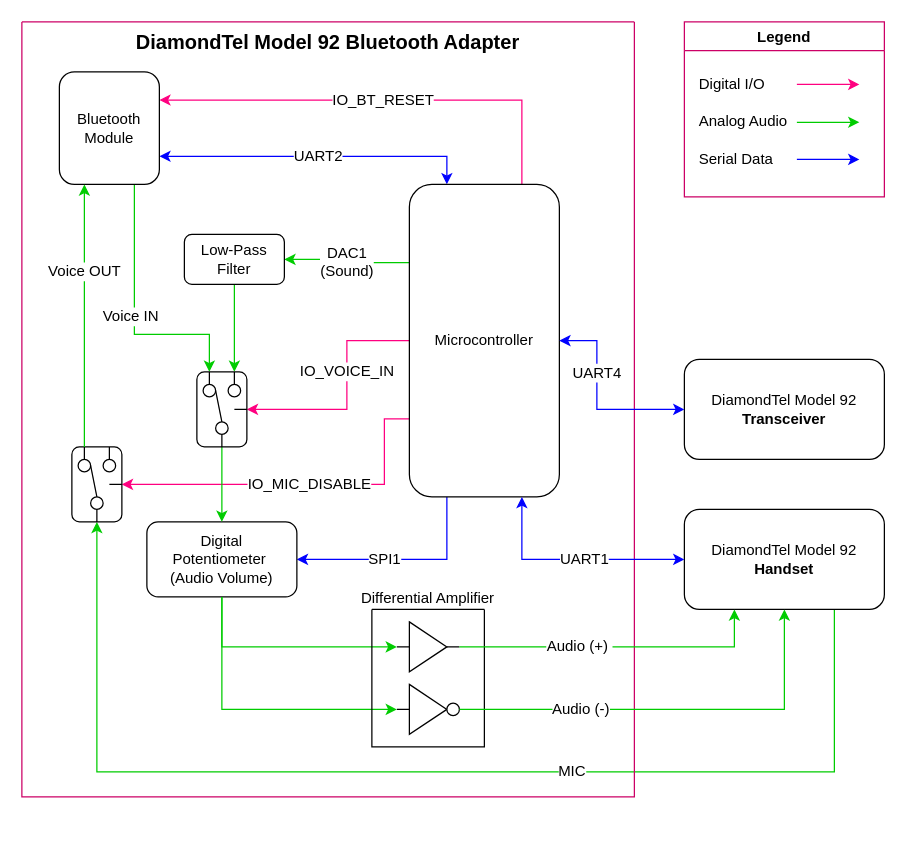
UselessPickles/diamondtel-m92-bluetooth keeps this draw.io diagram as drawio/circuit_component_diagram.drawio. Above is the earlier version. Source tidied: cells renumbered, new cells numbered last; positions are measured from the earlier drawing's top-left corner, leaving out a move shared by most shapes. Both pictures are drawn from the tidied source at 125%, with x=0, y=0 at pixel (21, 21).
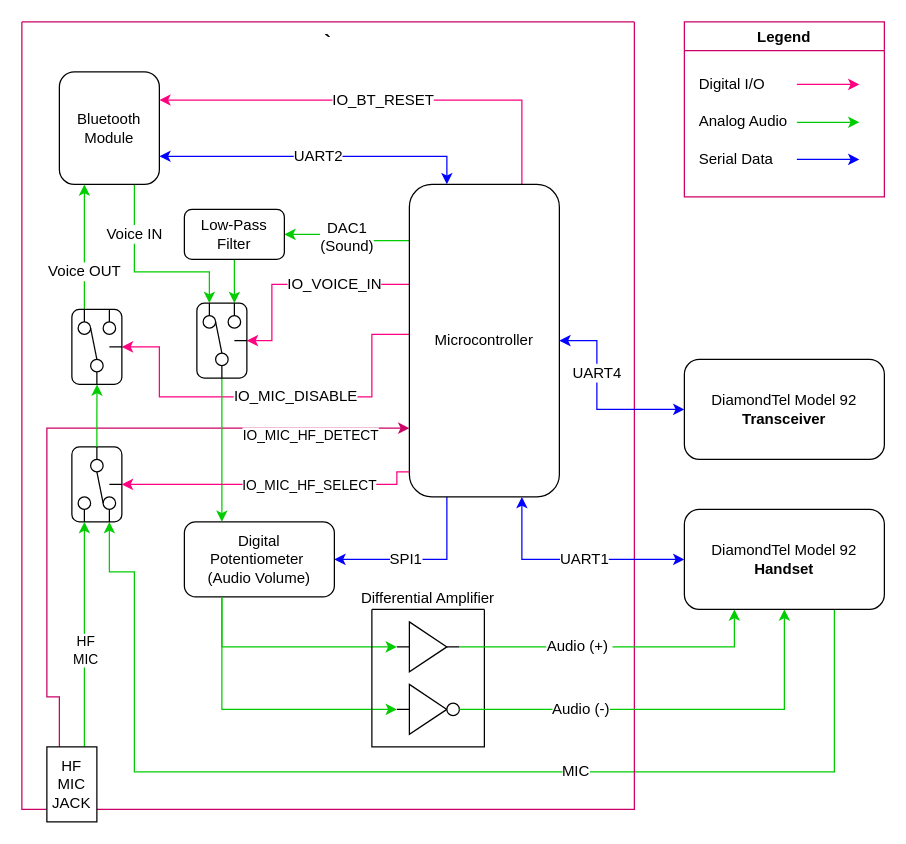
The same page after the edit.

Commit message (it also covers changes not shown here):
Add MIC jack and MIC detection/switching to circuit component diagram and documentation

The change refers to these unchanged cells:
```xml
<mxCell id="3" value="DiamondTel Model 92&lt;br&gt;&lt;b&gt;Handset&lt;/b&gt;" style="rounded=1;whiteSpace=wrap;html=1;" parent="1" vertex="1">
  <mxGeometry x="530" y="390" width="160" height="80" as="geometry" />
</mxCell>
<mxCell id="13" value="Bluetooth&lt;br&gt;Module" style="rounded=1;whiteSpace=wrap;html=1;" parent="4" vertex="1">
  <mxGeometry x="30" y="40" width="80" height="90" as="geometry" />
</mxCell>
<mxCell id="19" style="rounded=1;whiteSpace=wrap;html=1;points=[[0.25,0,0,0,0],[0.5,1,0,0,0],[0.75,0,0,0,0],[1,0.5,0,0,0]];" parent="18" vertex="1">
  <mxGeometry width="40" height="60" as="geometry" />
</mxCell>
<mxCell id="29" style="rounded=1;whiteSpace=wrap;html=1;points=[[0.25,0,0,0,0],[0.5,1,0,0,0],[0.75,0,0,0,0],[1,0.5,0,0,0]];" parent="28" vertex="1">
  <mxGeometry width="40" height="60" as="geometry" />
</mxCell>
```

What changed in the source:
```diff
@@
-    <mxCell id="2" value="MIC" style="edgeStyle=orthogonalEdgeStyle;rounded=0;jettySize=auto;html=1;strokeColor=#00CC00;entryX=0.5;entryY=1;entryDx=0;entryDy=0;entryPerimeter=0;fontSize=12;exitX=0.75;exitY=1;exitDx=0;exitDy=0;" parent="1" edge="1" source="3" target="29">
+    <mxCell id="2" value="MIC" style="edgeStyle=orthogonalEdgeStyle;rounded=0;jettySize=auto;html=1;strokeColor=#00CC00;fontSize=12;exitX=0.75;exitY=1;exitDx=0;exitDy=0;entryX=0.75;entryY=1;entryDx=0;entryDy=0;entryPerimeter=0;" parent="1" edge="1" source="3" target="57">
       <mxGeometry x="-0.26" relative="1" as="geometry">
         <Array as="points">
           <mxPoint x="650" y="600" />
-          <mxPoint x="60" y="600" />
+          <mxPoint x="90" y="600" />
+          <mxPoint x="90" y="440" />
+          <mxPoint x="70" y="440" />
         </Array>
       </mxGeometry>
     </mxCell>
@@
-    <mxCell id="4" value="DiamondTel Model 92 Bluetooth Adapter" style="swimlane;startSize=0;verticalAlign=top;fontSize=16;strokeColor=#CC0066;" parent="1" vertex="1">
-      <mxGeometry width="490" height="620" as="geometry" />
+    <mxCell id="4" value="`" style="swimlane;startSize=0;verticalAlign=top;fontSize=16;strokeColor=#CC0066;" parent="1" vertex="1">
+      <mxGeometry width="490" height="630" as="geometry" />
     </mxCell>
-    <mxCell id="5" value="DAC1&lt;br&gt;(Sound)" style="edgeStyle=orthogonalEdgeStyle;rounded=0;jettySize=auto;html=1;strokeColor=#00CC00;entryX=1;entryY=0.5;entryDx=0;entryDy=0;exitX=0;exitY=0.25;exitDx=0;exitDy=0;fontSize=12;" parent="4" edge="1" source="11" target="16">
+    <mxCell id="5" value="DAC1&lt;br&gt;(Sound)" style="edgeStyle=orthogonalEdgeStyle;rounded=0;jettySize=auto;html=1;strokeColor=#00CC00;entryX=1;entryY=0.5;entryDx=0;entryDy=0;exitX=0;exitY=0.18;exitDx=0;exitDy=0;fontSize=12;exitPerimeter=0;" parent="4" edge="1" source="11" target="16">
       <mxGeometry relative="1" as="geometry" />
     </mxCell>
-    <mxCell id="6" value="IO_MIC_DISABLE" style="edgeStyle=orthogonalEdgeStyle;rounded=0;jettySize=auto;html=1;exitX=0;exitY=0.75;exitDx=0;exitDy=0;entryX=1;entryY=0.5;entryDx=0;entryDy=0;entryPerimeter=0;strokeColor=#FF0080;fontSize=12;" parent="4" edge="1" source="11" target="29">
-      <mxGeometry x="-0.06" relative="1" as="geometry">
+    <mxCell id="6" value="IO_MIC_DISABLE" style="edgeStyle=orthogonalEdgeStyle;rounded=0;jettySize=auto;html=1;exitX=0;exitY=0.48;exitDx=0;exitDy=0;entryX=1;entryY=0.5;entryDx=0;entryDy=0;entryPerimeter=0;strokeColor=#FF0080;fontSize=12;exitPerimeter=0;" parent="4" edge="1" source="11" target="29">
+      <mxGeometry x="-0.12" relative="1" as="geometry">
         <Array as="points">
-          <mxPoint x="290" y="317" />
-          <mxPoint x="290" y="370" />
+          <mxPoint x="280" y="250" />
+          <mxPoint x="280" y="300" />
+          <mxPoint x="110" y="300" />
+          <mxPoint x="110" y="260" />
         </Array>
       </mxGeometry>
     </mxCell>
-    <mxCell id="7" value="IO_VOICE_IN" style="edgeStyle=orthogonalEdgeStyle;rounded=0;jettySize=auto;html=1;exitX=0;exitY=0.5;exitDx=0;exitDy=0;entryX=1;entryY=0.5;entryDx=0;entryDy=0;entryPerimeter=0;strokeColor=#FF0080;fontSize=12;" parent="4" edge="1" source="11" target="19">
-      <mxGeometry x="-0.19" relative="1" as="geometry">
+    <mxCell id="7" value="IO_VOICE_IN" style="edgeStyle=orthogonalEdgeStyle;rounded=0;jettySize=auto;html=1;exitX=0;exitY=0.32;exitDx=0;exitDy=0;entryX=1;entryY=0.5;entryDx=0;entryDy=0;entryPerimeter=0;strokeColor=#FF0080;fontSize=12;exitPerimeter=0;" parent="4" edge="1" source="11" target="19">
+      <mxGeometry x="-0.31" relative="1" as="geometry">
         <Array as="points">
-          <mxPoint x="260" y="255" />
-          <mxPoint x="260" y="310" />
+          <mxPoint x="200" y="210" />
+          <mxPoint x="200" y="255" />
         </Array>
       </mxGeometry>
     </mxCell>
@@
+    <mxCell id="54" style="edgeStyle=orthogonalEdgeStyle;rounded=0;jettySize=auto;html=1;exitX=0.25;exitY=0;exitDx=0;exitDy=0;entryX=0;entryY=0.78;entryDx=0;entryDy=0;strokeColor=#CC0066;entryPerimeter=0;" parent="4" edge="1" source="68" target="11">
+      <mxGeometry relative="1" as="geometry">
+        <Array as="points">
+          <mxPoint x="30" y="540" />
+          <mxPoint x="20" y="540" />
+          <mxPoint x="20" y="325" />
+        </Array>
+      </mxGeometry>
+    </mxCell>
+    <mxCell id="55" value="IO_MIC_HF_DETECT" style="edgeLabel;html=1;align=center;verticalAlign=middle;" parent="54" vertex="1">
+      <mxGeometry x="-0.71" y="-1" relative="1" as="geometry">
+        <mxPoint x="209" y="-180" as="offset" />
+      </mxGeometry>
+    </mxCell>
-    <mxCell id="11" value="Microcontroller" style="rounded=1;whiteSpace=wrap;html=1;" parent="4" vertex="1">
+    <mxCell id="11" value="Microcontroller" style="rounded=1;whiteSpace=wrap;html=1;points=[[0,0,0,0,0],[0,0.18,0,0,0],[0,0.32,0,0,0],[0,0.48,0,0,0],[0,0.64,0,0,0],[0,0.78,0,0,0],[0,0.92,0,0,0],[0.25,0,0,0,0],[0.25,1,0,0,0],[0.5,0,0,0,0],[0.5,1,0,0,0],[0.75,0,0,0,0],[0.75,1,0,0,0],[1,0,0,0,0],[1,0.25,0,0,0],[1,0.5,0,0,0],[1,0.75,0,0,0],[1,1,0,0,0]];" parent="4" vertex="1">
       <mxGeometry x="310" y="130" width="120" height="250" as="geometry" />
     </mxCell>
     <mxCell id="12" value="Voice IN" style="edgeStyle=orthogonalEdgeStyle;rounded=0;jettySize=auto;html=1;strokeColor=#00CC00;entryX=0.25;entryY=0;entryDx=0;entryDy=0;entryPerimeter=0;exitX=0.75;exitY=1;exitDx=0;exitDy=0;fontSize=12;" parent="4" edge="1" source="13" target="19">
-      <mxGeometry x="0.01" y="-3" relative="1" as="geometry">
+      <mxGeometry x="-0.48" relative="1" as="geometry">
         <Array as="points">
-          <mxPoint x="90" y="250" />
-          <mxPoint x="150" y="250" />
+          <mxPoint x="90" y="200" />
+          <mxPoint x="150" y="200" />
         </Array>
       </mxGeometry>
     </mxCell>
@@
     <mxCell id="14" value="Digital&lt;br&gt;Potentiometer&amp;nbsp;&lt;br&gt;(Audio Volume)" style="rounded=1;whiteSpace=wrap;html=1;" parent="4" vertex="1">
-      <mxGeometry x="100" y="400" width="120" height="60" as="geometry" />
+      <mxGeometry x="130" y="400" width="120" height="60" as="geometry" />
     </mxCell>
@@
     <mxCell id="16" value="Low-Pass&lt;br&gt;Filter" style="rounded=1;whiteSpace=wrap;html=1;" parent="4" vertex="1">
-      <mxGeometry x="130" y="170" width="80" height="40" as="geometry" />
+      <mxGeometry x="130" y="150" width="80" height="40" as="geometry" />
     </mxCell>
-    <mxCell id="17" style="edgeStyle=orthogonalEdgeStyle;rounded=0;jettySize=auto;html=1;entryX=0.5;entryY=0;entryDx=0;entryDy=0;strokeColor=#00CC00;exitX=0.5;exitY=1;exitDx=0;exitDy=0;exitPerimeter=0;" parent="4" edge="1" source="19" target="14">
+    <mxCell id="17" style="edgeStyle=orthogonalEdgeStyle;rounded=0;jettySize=auto;html=1;entryX=0.25;entryY=0;entryDx=0;entryDy=0;strokeColor=#00CC00;exitX=0.5;exitY=1;exitDx=0;exitDy=0;exitPerimeter=0;" parent="4" edge="1" source="19" target="14">
       <mxGeometry relative="1" as="geometry" />
     </mxCell>
     <mxCell id="18" style="group;" parent="4" vertex="1">
-      <mxGeometry x="140" y="280" width="40" height="60" as="geometry" />
+      <mxGeometry x="140" y="225" width="40" height="60" as="geometry" />
     </mxCell>
@@
+    <mxCell id="38" value="Voice OUT" style="edgeStyle=orthogonalEdgeStyle;rounded=0;jettySize=auto;html=1;exitX=0.25;exitY=0;exitDx=0;exitDy=0;exitPerimeter=0;entryX=0.25;entryY=1;entryDx=0;entryDy=0;strokeColor=#00CC00;fontSize=12;startArrow=none;startFill=0;" parent="4" edge="1" source="29" target="13">
+      <mxGeometry x="-0.4" relative="1" as="geometry">
+        <Array as="points">
+          <mxPoint x="50" y="180" />
+          <mxPoint x="50" y="180" />
+        </Array>
+      </mxGeometry>
+    </mxCell>
+    <mxCell id="39" style="edgeStyle=segmentEdgeStyle;endArrow=classic;html=1;rounded=0;strokeColor=#00CC00;fillColor=#0000FF;entryX=0;entryY=0.5;entryDx=0;entryDy=0;" parent="4" edge="1" target="42">
+      <mxGeometry relative="1" as="geometry">
+        <mxPoint x="160" y="460" as="sourcePoint" />
+        <Array as="points">
+          <mxPoint x="160" y="460" />
+          <mxPoint x="160" y="500" />
+        </Array>
+      </mxGeometry>
+    </mxCell>
+    <mxCell id="40" style="edgeStyle=segmentEdgeStyle;endArrow=classic;html=1;rounded=0;strokeColor=#00CC00;fillColor=#0000FF;entryX=0;entryY=0.5;entryDx=0;entryDy=0;exitX=0.25;exitY=1;exitDx=0;exitDy=0;" parent="4" edge="1" source="14" target="43">
+      <mxGeometry relative="1" as="geometry">
+        <Array as="points">
+          <mxPoint x="160" y="550" />
+        </Array>
+      </mxGeometry>
+    </mxCell>
+    <mxCell id="41" value="Differential Amplifier" style="swimlane;startSize=0;verticalAlign=bottom;fontStyle=0;" parent="4" vertex="1">
+      <mxGeometry x="280" y="470" width="90" height="110" as="geometry" />
+    </mxCell>
+    <mxCell id="42" style="verticalLabelPosition=bottom;shadow=0;dashed=0;align=center;html=1;verticalAlign=top;shape=mxgraph.electrical.logic_gates.buffer2;strokeColor=#000000;" parent="41" vertex="1">
+      <mxGeometry x="20" y="10" width="50" height="40" as="geometry" />
+    </mxCell>
+    <mxCell id="43" style="verticalLabelPosition=bottom;shadow=0;dashed=0;align=center;html=1;verticalAlign=top;shape=mxgraph.electrical.logic_gates.buffer2;strokeColor=#000000;" parent="41" vertex="1">
+      <mxGeometry x="20" y="60" width="50" height="40" as="geometry" />
+    </mxCell>
+    <mxCell id="44" style="ellipse;whiteSpace=wrap;html=1;strokeColor=#000000;" parent="41" vertex="1">
+      <mxGeometry x="60" y="75" width="10" height="10" as="geometry" />
+    </mxCell>
     <mxCell id="28" style="group;" parent="4" vertex="1">
-      <mxGeometry x="40" y="340" width="40" height="60" as="geometry" />
+      <mxGeometry x="40" y="230" width="40" height="60" as="geometry" />
     </mxCell>
@@
-    <mxCell id="38" value="Voice OUT" style="edgeStyle=orthogonalEdgeStyle;rounded=0;jettySize=auto;html=1;exitX=0.25;exitY=0;exitDx=0;exitDy=0;exitPerimeter=0;entryX=0.25;entryY=1;entryDx=0;entryDy=0;strokeColor=#00CC00;fontSize=12;startArrow=none;startFill=0;" parent="4" edge="1" source="29" target="13">
-      <mxGeometry x="0.33" relative="1" as="geometry">
-        <Array as="points">
-          <mxPoint x="50" y="320" />
-          <mxPoint x="50" y="320" />
-        </Array>
-      </mxGeometry>
-    </mxCell>
-    <mxCell id="39" style="edgeStyle=segmentEdgeStyle;endArrow=classic;html=1;rounded=0;strokeColor=#00CC00;fillColor=#0000FF;entryX=0;entryY=0.5;entryDx=0;entryDy=0;exitX=0.5;exitY=1;exitDx=0;exitDy=0;" parent="4" edge="1" source="14" target="42">
-      <mxGeometry relative="1" as="geometry">
-        <Array as="points">
-          <mxPoint x="160" y="500" />
-        </Array>
-      </mxGeometry>
-    </mxCell>
-    <mxCell id="40" style="edgeStyle=segmentEdgeStyle;endArrow=classic;html=1;rounded=0;strokeColor=#00CC00;fillColor=#0000FF;entryX=0;entryY=0.5;entryDx=0;entryDy=0;exitX=0.5;exitY=1;exitDx=0;exitDy=0;" parent="4" edge="1" source="14" target="43">
-      <mxGeometry relative="1" as="geometry">
-        <Array as="points">
-          <mxPoint x="160" y="550" />
-        </Array>
-      </mxGeometry>
-    </mxCell>
-    <mxCell id="41" value="Differential Amplifier" style="swimlane;startSize=0;verticalAlign=bottom;fontStyle=0;" parent="4" vertex="1">
-      <mxGeometry x="280" y="470" width="90" height="110" as="geometry" />
-    </mxCell>
-    <mxCell id="42" style="verticalLabelPosition=bottom;shadow=0;dashed=0;align=center;html=1;verticalAlign=top;shape=mxgraph.electrical.logic_gates.buffer2;strokeColor=#000000;" parent="41" vertex="1">
-      <mxGeometry x="20" y="10" width="50" height="40" as="geometry" />
-    </mxCell>
-    <mxCell id="43" style="verticalLabelPosition=bottom;shadow=0;dashed=0;align=center;html=1;verticalAlign=top;shape=mxgraph.electrical.logic_gates.buffer2;strokeColor=#000000;" parent="41" vertex="1">
-      <mxGeometry x="20" y="60" width="50" height="40" as="geometry" />
-    </mxCell>
-    <mxCell id="44" style="ellipse;whiteSpace=wrap;html=1;strokeColor=#000000;" parent="41" vertex="1">
-      <mxGeometry x="60" y="75" width="10" height="10" as="geometry" />
-    </mxCell>
+    <mxCell id="56" style="group;flipV=1;" parent="4" vertex="1">
+      <mxGeometry x="40" y="340" width="40" height="60" as="geometry" />
+    </mxCell>
+    <mxCell id="57" style="rounded=1;whiteSpace=wrap;html=1;points=[[0.25,1,0,0,0],[0.5,0,0,0,0],[0.75,1,0,0,0],[1,0.5,0,0,0]];" parent="56" vertex="1">
+      <mxGeometry width="40" height="60" as="geometry" />
+    </mxCell>
+    <mxCell id="58" style="ellipse;whiteSpace=wrap;html=1;flipV=0;direction=east;" parent="56" vertex="1">
+      <mxGeometry x="5" y="40" width="10" height="10" as="geometry" />
+    </mxCell>
+    <mxCell id="59" style="ellipse;whiteSpace=wrap;html=1;" parent="56" vertex="1">
+      <mxGeometry x="25" y="40" width="10" height="10" as="geometry" />
+    </mxCell>
+    <mxCell id="60" style="ellipse;whiteSpace=wrap;html=1;flipV=0;direction=west;" parent="56" vertex="1">
+      <mxGeometry x="15" y="10" width="10" height="10" as="geometry" />
+    </mxCell>
+    <mxCell id="61" style="endArrow=none;html=1;rounded=0;exitX=0.5;exitY=0;exitDx=0;exitDy=0;anchorPointDirection=1;" parent="56" edge="1">
+      <mxGeometry relative="1" as="geometry">
+        <mxPoint x="30" y="60" as="sourcePoint" />
+        <mxPoint x="30" y="50" as="targetPoint" />
+      </mxGeometry>
+    </mxCell>
+    <mxCell id="62" style="endArrow=none;html=1;rounded=0;entryX=0.5;entryY=1;entryDx=0;entryDy=0;anchorPointDirection=1;exitX=0.5;exitY=1;exitDx=0;exitDy=0;" parent="56" edge="1" target="60">
+      <mxGeometry relative="1" as="geometry">
+        <mxPoint x="20" as="sourcePoint" />
+      </mxGeometry>
+    </mxCell>
+    <mxCell id="63" style="endArrow=none;html=1;rounded=0;anchorPointDirection=1;" parent="56" edge="1">
+      <mxGeometry relative="1" as="geometry">
+        <mxPoint x="10" y="60" as="sourcePoint" />
+        <mxPoint x="10" y="50" as="targetPoint" />
+      </mxGeometry>
+    </mxCell>
+    <mxCell id="64" style="endArrow=none;html=1;rounded=0;exitX=0.5;exitY=0;exitDx=0;exitDy=0;entryX=0;entryY=0.5;entryDx=0;entryDy=0;anchorPointDirection=1;" parent="56" edge="1" source="60" target="59">
+      <mxGeometry relative="1" as="geometry" />
+    </mxCell>
+    <mxCell id="65" style="endArrow=none;html=1;rounded=0;exitX=1;exitY=0.5;exitDx=0;exitDy=0;exitPerimeter=0;anchorPointDirection=1;" parent="56" edge="1">
+      <mxGeometry relative="1" as="geometry">
+        <mxPoint x="40" y="30" as="sourcePoint" />
+        <mxPoint x="30" y="30" as="targetPoint" />
+      </mxGeometry>
+    </mxCell>
+    <mxCell id="66" style="edgeStyle=orthogonalEdgeStyle;rounded=0;jettySize=auto;html=1;exitX=0.75;exitY=0;exitDx=0;exitDy=0;entryX=0.25;entryY=1;entryDx=0;entryDy=0;entryPerimeter=0;strokeColor=#00CC00;" parent="4" edge="1" source="68" target="57">
+      <mxGeometry relative="1" as="geometry" />
+    </mxCell>
+    <mxCell id="67" value="HF&lt;br&gt;MIC" style="edgeLabel;html=1;align=center;verticalAlign=middle;" parent="66" vertex="1">
+      <mxGeometry x="-0.13" relative="1" as="geometry" />
+    </mxCell>
+    <mxCell id="68" value="HF&lt;br&gt;MIC&lt;br&gt;JACK" style="rounded=0;whiteSpace=wrap;html=1;" parent="4" vertex="1">
+      <mxGeometry x="20" y="580" width="40" height="60" as="geometry" />
+    </mxCell>
@@
+    <mxCell id="69" style="edgeStyle=orthogonalEdgeStyle;rounded=0;jettySize=auto;html=1;exitX=0;exitY=0.92;exitDx=0;exitDy=0;exitPerimeter=0;strokeColor=#FF0080;" parent="1" edge="1" source="11">
+      <mxGeometry relative="1" as="geometry">
+        <mxPoint x="80" y="370" as="targetPoint" />
+        <Array as="points">
+          <mxPoint x="300" y="360" />
+          <mxPoint x="300" y="370" />
+        </Array>
+      </mxGeometry>
+    </mxCell>
+    <mxCell id="70" value="IO_MIC_HF_SELECT" style="edgeLabel;html=1;align=center;verticalAlign=middle;" parent="69" vertex="1">
+      <mxGeometry x="-0.37" y="1" relative="1" as="geometry">
+        <mxPoint x="-15" y="-1" as="offset" />
+      </mxGeometry>
+    </mxCell>
+    <mxCell id="71" style="edgeStyle=orthogonalEdgeStyle;rounded=0;jettySize=auto;html=1;exitX=0.5;exitY=0;exitDx=0;exitDy=0;exitPerimeter=0;strokeColor=#00CC00;" parent="1" edge="1" source="57">
+      <mxGeometry relative="1" as="geometry">
+        <mxPoint x="60.1" y="290" as="targetPoint" />
+      </mxGeometry>
+    </mxCell>
```
